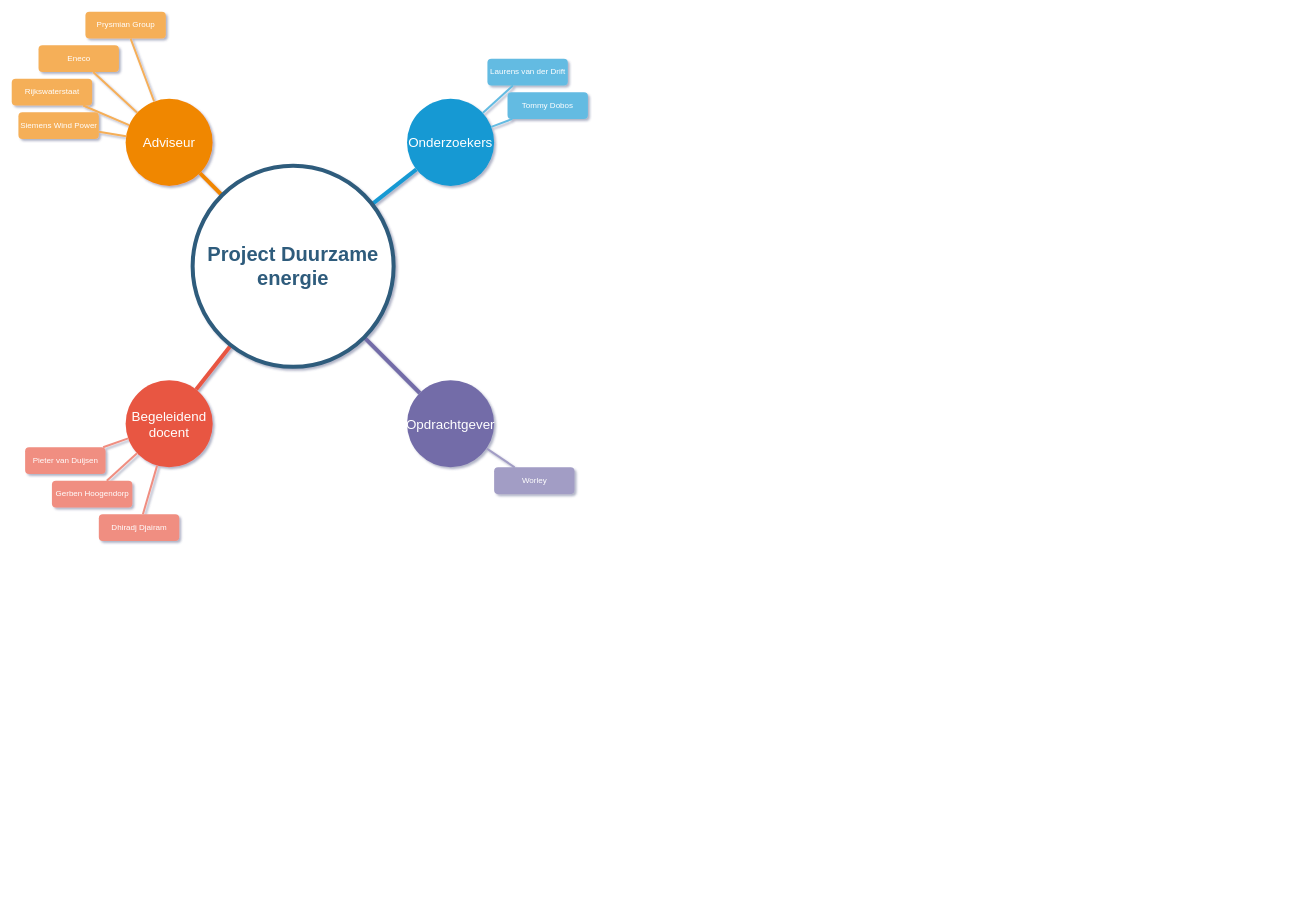
Before: mindmap/projectorganisatie.drawio in Cleaneco/Plan-van-aanpak, a draw.io diagram. Source tidied: cells renumbered, new cells numbered last; positions are measured from the earlier drawing's top-left corner, leaving out a move shared by most shapes. Both pictures are drawn from the tidied source at 67%, with x=0, y=0 at pixel (11, 11).
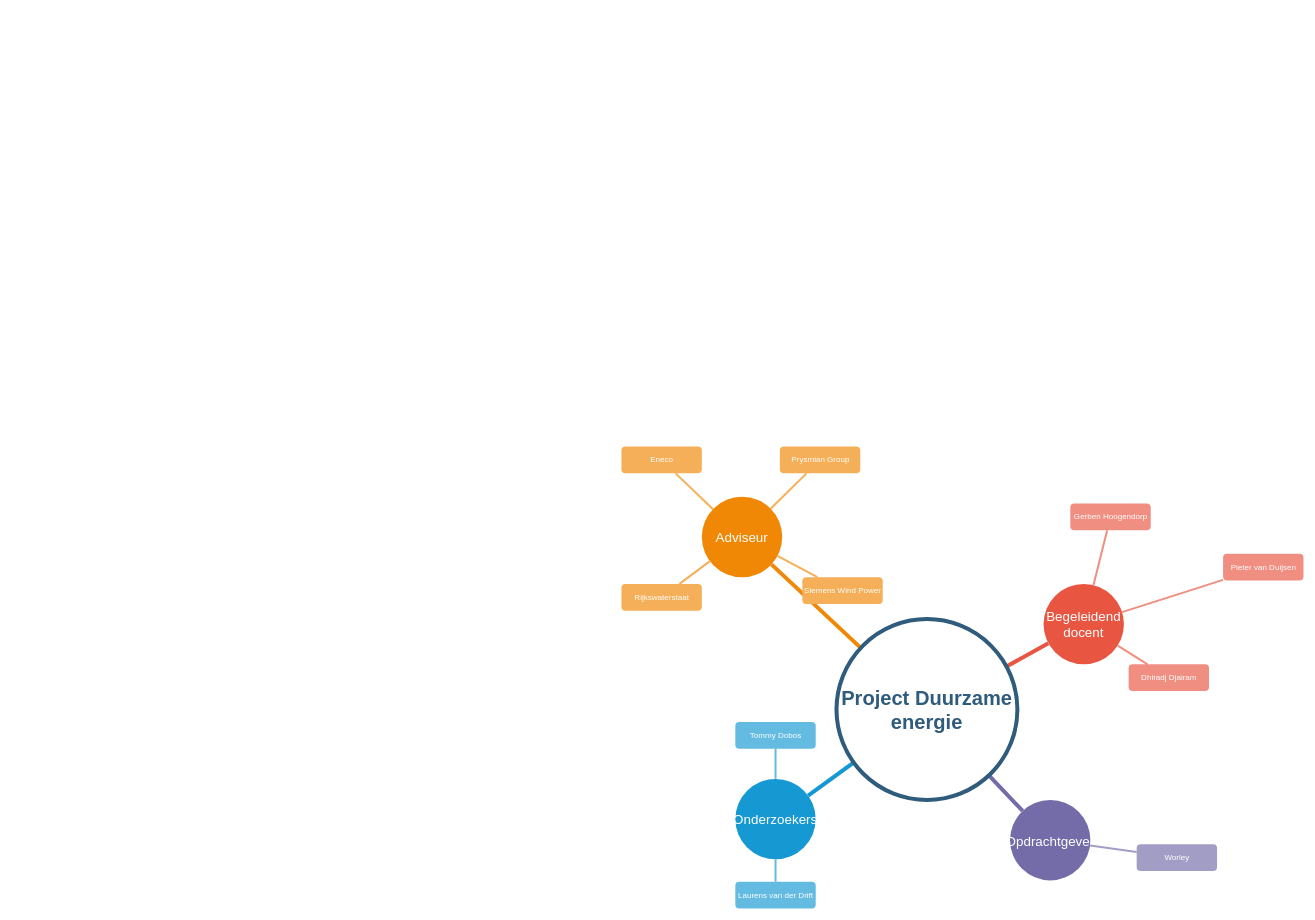
After the change.

Change to the diagram source:
```diff
@@
-<mxGraphModel shadow="1">
+<mxGraphModel>
@@
     <mxCell id="2" value="Adviseur" style="ellipse;whiteSpace=wrap;html=1;shadow=0;fontFamily=Helvetica;fontSize=20;fontColor=#FFFFFF;align=center;strokeWidth=3;fillColor=#F08705;strokeColor=none;gradientColor=none;" parent="1" vertex="1">
-      <mxGeometry x="170" y="130" width="130" height="130" as="geometry" />
+      <mxGeometry x="1030" y="724" width="120" height="120" as="geometry" />
     </mxCell>
     <mxCell id="3" value="Begeleidend docent" style="ellipse;whiteSpace=wrap;html=1;shadow=0;fontFamily=Helvetica;fontSize=20;fontColor=#FFFFFF;align=center;strokeWidth=3;fillColor=#E85642;strokeColor=none;" parent="1" vertex="1">
-      <mxGeometry x="170" y="550" width="130" height="130" as="geometry" />
+      <mxGeometry x="1540" y="854" width="120" height="120" as="geometry" />
     </mxCell>
     <mxCell id="4" value="Onderzoekers" style="ellipse;whiteSpace=wrap;html=1;shadow=0;fontFamily=Helvetica;fontSize=20;fontColor=#FFFFFF;align=center;strokeWidth=3;fillColor=#1699D3;strokeColor=none;" parent="1" vertex="1">
-      <mxGeometry x="590" y="130" width="130" height="130" as="geometry" />
+      <mxGeometry x="1080" y="1145" width="120" height="120" as="geometry" />
     </mxCell>
     <mxCell id="5" value="Opdrachtgever" style="ellipse;whiteSpace=wrap;html=1;shadow=0;fontFamily=Helvetica;fontSize=20;fontColor=#FFFFFF;align=center;strokeWidth=3;fillColor=#736ca8;strokeColor=none;" parent="1" vertex="1">
-      <mxGeometry x="590" y="550" width="130" height="130" as="geometry" />
+      <mxGeometry x="1490" y="1176.5" width="120" height="120" as="geometry" />
     </mxCell>
     <mxCell id="6" value="Rijkswaterstaat" style="rounded=1;fillColor=#f5af58;strokeColor=none;strokeWidth=3;shadow=0;html=1;fontColor=#FFFFFF;" parent="1" vertex="1">
-      <mxGeometry y="100" width="120" height="40" as="geometry" />
+      <mxGeometry x="910" y="854" width="120" height="40" as="geometry" />
     </mxCell>
@@
     <mxCell id="11" value="Eneco" style="rounded=1;fillColor=#f5af58;strokeColor=none;strokeWidth=3;shadow=0;html=1;fontColor=#FFFFFF;" parent="1" vertex="1">
-      <mxGeometry x="40" y="50" width="120" height="40" as="geometry" />
+      <mxGeometry x="910" y="649" width="120" height="40" as="geometry" />
     </mxCell>
     <mxCell id="12" value="Prysmian Group" style="rounded=1;fillColor=#f5af58;strokeColor=none;strokeWidth=3;shadow=0;html=1;fontColor=#FFFFFF;" parent="1" vertex="1">
-      <mxGeometry x="110" width="120" height="40" as="geometry" />
+      <mxGeometry x="1146.5" y="649" width="120" height="40" as="geometry" />
     </mxCell>
     <mxCell id="13" value="Siemens Wind Power" style="rounded=1;fillColor=#f5af58;strokeColor=none;strokeWidth=3;shadow=0;html=1;fontColor=#FFFFFF;" parent="1" vertex="1">
-      <mxGeometry x="10" y="150" width="120" height="40" as="geometry" />
+      <mxGeometry x="1180" y="844" width="120" height="40" as="geometry" />
     </mxCell>
@@
     <mxCell id="18" value="Gerben Hoogendorp" style="rounded=1;fillColor=#f08e81;strokeColor=none;strokeWidth=3;shadow=0;html=1;fontColor=#FFFFFF;" parent="1" vertex="1">
-      <mxGeometry x="60" y="700" width="120" height="40" as="geometry" />
+      <mxGeometry x="1580" y="734" width="120" height="40" as="geometry" />
     </mxCell>
     <mxCell id="19" value="Pieter van Duijsen" style="rounded=1;fillColor=#f08e81;strokeColor=none;strokeWidth=3;shadow=0;html=1;fontColor=#FFFFFF;" parent="1" vertex="1">
-      <mxGeometry x="20" y="650" width="120" height="40" as="geometry" />
+      <mxGeometry x="1808" y="809" width="120" height="40" as="geometry" />
     </mxCell>
     <mxCell id="20" value="Dhiradj Djairam" style="rounded=1;fillColor=#f08e81;strokeColor=none;strokeWidth=3;shadow=0;html=1;fontColor=#FFFFFF;" parent="1" vertex="1">
-      <mxGeometry x="130" y="750" width="120" height="40" as="geometry" />
+      <mxGeometry x="1667" y="974" width="120" height="40" as="geometry" />
     </mxCell>
@@
     <mxCell id="24" value="Laurens van der Drift" style="rounded=1;fillColor=#64BBE2;strokeColor=none;strokeWidth=3;shadow=0;html=1;fontColor=#FFFFFF;" parent="1" vertex="1">
-      <mxGeometry x="710" y="70" width="120" height="40" as="geometry" />
+      <mxGeometry x="1080" y="1298.5" width="120" height="40" as="geometry" />
     </mxCell>
-    <mxCell id="25" value="Tommy Dobos" style="rounded=1;fillColor=#64BBE2;strokeColor=none;strokeWidth=3;shadow=0;html=1;fontColor=#FFFFFF;whiteSpace=wrap;" parent="1" vertex="1">
-      <mxGeometry x="740" y="120" width="120" height="40" as="geometry" />
+    <mxCell id="25" value="Tommy Dobos" style="rounded=1;fillColor=#64BBE2;strokeColor=none;strokeWidth=3;shadow=0;html=1;fontColor=#FFFFFF;" parent="1" vertex="1">
+      <mxGeometry x="1080" y="1060" width="120" height="40" as="geometry" />
     </mxCell>
@@
     <mxCell id="28" value="Worley" style="rounded=1;fillColor=#a29dc5;strokeColor=none;strokeWidth=3;shadow=0;html=1;fontColor=#FFFFFF;" parent="1" vertex="1">
-      <mxGeometry x="720" y="680" width="120" height="40" as="geometry" />
+      <mxGeometry x="1679" y="1242.5" width="120" height="40" as="geometry" />
     </mxCell>
@@
     <mxCell id="31" value="Project Duurzame energie" style="ellipse;whiteSpace=wrap;html=1;shadow=0;fontFamily=Helvetica;fontSize=30;fontColor=#2F5B7C;align=center;strokeColor=#2F5B7C;strokeWidth=6;fillColor=#FFFFFF;fontStyle=1;gradientColor=none;" parent="1" vertex="1">
-      <mxGeometry x="270" y="230" width="300" height="300" as="geometry" />
+      <mxGeometry x="1231" y="906.5" width="270" height="270" as="geometry" />
     </mxCell>
```
